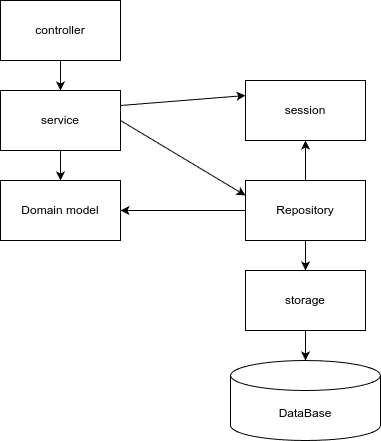
Before: schemas/app.drawio.png, a diagram exported from draw.io (iKonstantin1991/patterns_book). Source tidied: cells renumbered, new cells last; positions are measured from the earlier drawing's top-left corner, leaving out a move shared by most shapes.
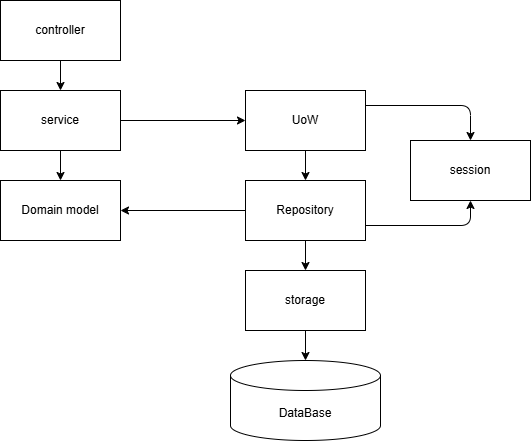
After the commit.

The edit, as a diff of the source:
```diff
@@ -14,12 +14,9 @@
     <mxCell id="5" style="edgeStyle=none;html=1;exitX=0.5;exitY=1;exitDx=0;exitDy=0;" parent="1" edge="1" source="8" target="2">
       <mxGeometry relative="1" as="geometry" />
     </mxCell>
-    <mxCell id="6" style="edgeStyle=none;html=1;exitX=1;exitY=0.5;exitDx=0;exitDy=0;entryX=0;entryY=0.25;entryDx=0;entryDy=0;" parent="1" edge="1" source="8" target="14">
-      <mxGeometry relative="1" as="geometry" />
-    </mxCell>
-    <mxCell id="7" style="edgeStyle=none;html=1;exitX=1;exitY=0.25;exitDx=0;exitDy=0;entryX=0;entryY=0.25;entryDx=0;entryDy=0;" parent="1" edge="1" source="8" target="15">
-      <mxGeometry relative="1" as="geometry" />
-    </mxCell>
+    <mxCell id="17" style="edgeStyle=none;html=1;exitX=1;exitY=0.5;exitDx=0;exitDy=0;entryX=0;entryY=0.5;entryDx=0;entryDy=0;" parent="1" edge="1" source="8" target="20">
+      <mxGeometry relative="1" as="geometry" />
+    </mxCell>
     <mxCell id="8" value="service" style="rounded=0;whiteSpace=wrap;html=1;" parent="1" vertex="1">
       <mxGeometry y="90" width="120" height="60" as="geometry" />
     </mxCell>
@@ -32,20 +29,37 @@
     <mxCell id="11" style="edgeStyle=none;html=1;exitX=0;exitY=0.5;exitDx=0;exitDy=0;" parent="1" edge="1" source="14" target="2">
       <mxGeometry relative="1" as="geometry" />
     </mxCell>
+    <mxCell id="13" style="edgeStyle=none;html=1;exitX=0.5;exitY=1;exitDx=0;exitDy=0;" parent="1" edge="1" source="14" target="10">
+      <mxGeometry relative="1" as="geometry" />
+    </mxCell>
-    <mxCell id="12" style="edgeStyle=none;html=1;exitX=0.5;exitY=0;exitDx=0;exitDy=0;entryX=0.5;entryY=1;entryDx=0;entryDy=0;" parent="1" edge="1" source="14" target="15">
-      <mxGeometry relative="1" as="geometry" />
+    <mxCell id="12" style="edgeStyle=none;html=1;exitX=1;exitY=0.75;exitDx=0;exitDy=0;entryX=0.5;entryY=1;entryDx=0;entryDy=0;" parent="1" edge="1" source="14" target="15">
+      <mxGeometry relative="1" as="geometry">
+        <Array as="points">
+          <mxPoint x="470" y="225" />
+        </Array>
+      </mxGeometry>
     </mxCell>
-    <mxCell id="13" style="edgeStyle=none;html=1;exitX=0.5;exitY=1;exitDx=0;exitDy=0;" parent="1" edge="1" source="14" target="10">
-      <mxGeometry relative="1" as="geometry" />
-    </mxCell>
     <mxCell id="14" value="Repository" style="rounded=0;whiteSpace=wrap;html=1;" parent="1" vertex="1">
       <mxGeometry x="245" y="180" width="120" height="60" as="geometry" />
     </mxCell>
     <mxCell id="15" value="session" style="rounded=0;whiteSpace=wrap;html=1;" parent="1" vertex="1">
-      <mxGeometry x="245" y="80" width="120" height="60" as="geometry" />
+      <mxGeometry x="410" y="140" width="120" height="60" as="geometry" />
     </mxCell>
     <mxCell id="16" style="edgeStyle=none;html=1;exitX=0.5;exitY=1;exitDx=0;exitDy=0;entryX=0.5;entryY=0;entryDx=0;entryDy=0;entryPerimeter=0;" parent="1" edge="1" source="10" target="9">
       <mxGeometry relative="1" as="geometry" />
     </mxCell>
+    <mxCell id="18" style="edgeStyle=none;html=1;exitX=1;exitY=0.25;exitDx=0;exitDy=0;entryX=0.5;entryY=0;entryDx=0;entryDy=0;" parent="1" edge="1" source="20" target="15">
+      <mxGeometry relative="1" as="geometry">
+        <Array as="points">
+          <mxPoint x="470" y="105" />
+        </Array>
+      </mxGeometry>
+    </mxCell>
+    <mxCell id="19" style="edgeStyle=none;html=1;exitX=0.5;exitY=1;exitDx=0;exitDy=0;entryX=0.5;entryY=0;entryDx=0;entryDy=0;" parent="1" edge="1" source="20" target="14">
+      <mxGeometry relative="1" as="geometry" />
+    </mxCell>
+    <mxCell id="20" value="UoW" style="rounded=0;whiteSpace=wrap;html=1;" parent="1" vertex="1">
+      <mxGeometry x="245" y="90" width="120" height="60" as="geometry" />
+    </mxCell>
   </root>
 </mxGraphModel>
```
